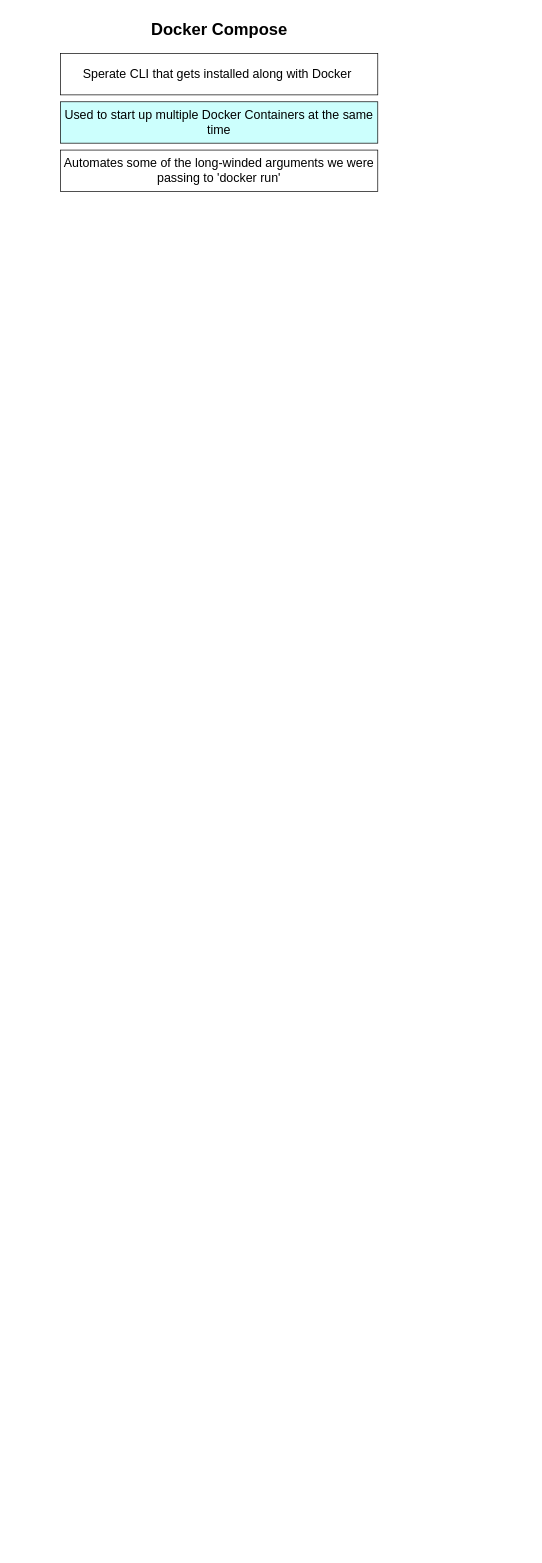
hephaestus88/docker keeps this draw.io diagram as page "docker compose" (6 of 6) of Untitled Diagram.drawio. Above is the earlier version. Source tidied: cells renumbered, new cells numbered last; positions are measured from the earlier drawing's top-left corner, leaving out a move shared by most shapes. Both pictures are drawn from the tidied source at 69%, with x=0, y=0 at pixel (60, 12).
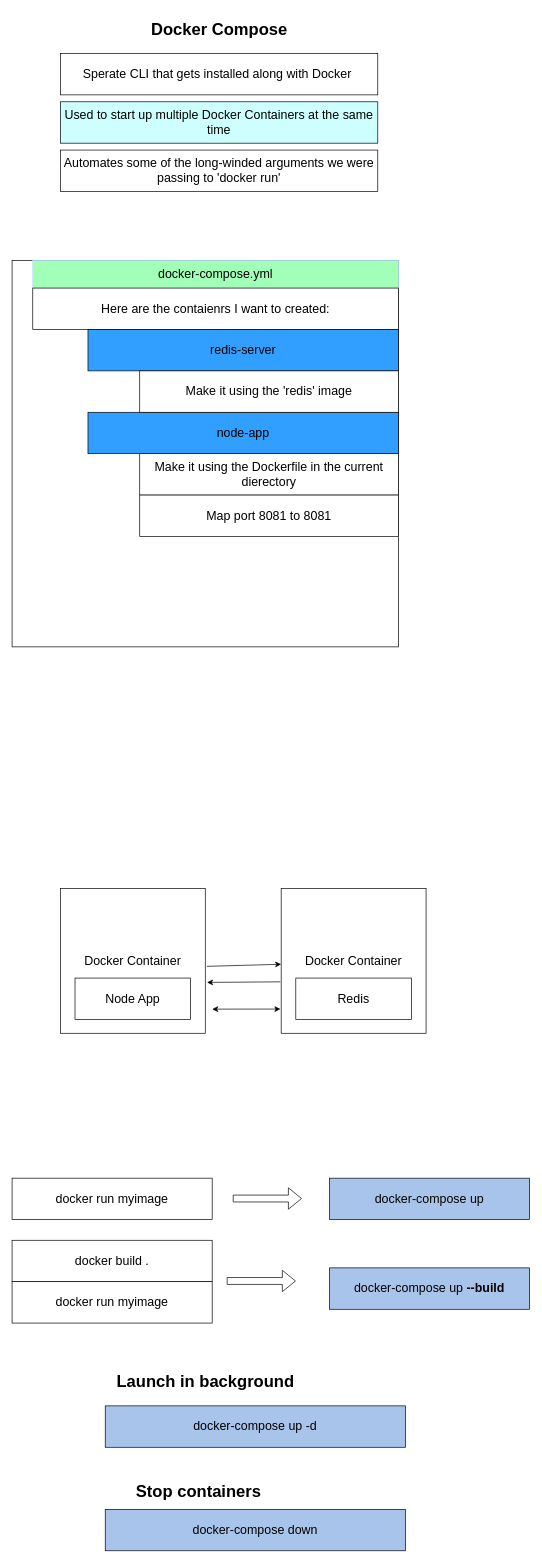
After the change.

Commit message:
docker-compose

Diff of the diagram source:
```diff
@@
+    <mxCell id="6" style="whiteSpace=wrap;html=1;" parent="1" vertex="1">
+      <mxGeometry x="-70" y="360" width="560" height="560" as="geometry" />
+    </mxCell>
@@
+    <mxCell id="7" value="&lt;font style=&quot;font-size: 18px;&quot;&gt;docker-compose.yml&lt;/font&gt;" style="rounded=0;whiteSpace=wrap;html=1;strokeColor=#B8E2FF;fillColor=#A1FFB7;" parent="1" vertex="1">
+      <mxGeometry x="-40" y="360" width="530" height="40" as="geometry" />
+    </mxCell>
+    <mxCell id="8" value="&lt;font style=&quot;font-size: 18px;&quot;&gt;Here are the contaienrs I want to created:&lt;/font&gt;" style="rounded=0;whiteSpace=wrap;html=1;" parent="1" vertex="1">
+      <mxGeometry x="-40" y="400" width="530" height="60" as="geometry" />
+    </mxCell>
+    <mxCell id="9" style="edgeStyle=elbowEdgeStyle;rounded=0;jettySize=auto;elbow=vertical;html=1;" parent="1" edge="1" source="10" target="8">
+      <mxGeometry relative="1" as="geometry" />
+    </mxCell>
+    <mxCell id="10" value="&lt;font style=&quot;font-size: 18px;&quot;&gt;redis-server&lt;/font&gt;" style="rounded=0;whiteSpace=wrap;html=1;fillColor=#309FFF;" parent="1" vertex="1">
+      <mxGeometry x="40" y="460" width="450" height="60" as="geometry" />
+    </mxCell>
+    <mxCell id="11" value="&lt;span style=&quot;font-size: 18px;&quot;&gt;node-app&lt;/span&gt;" style="rounded=0;whiteSpace=wrap;html=1;fillColor=#309FFF;" parent="1" vertex="1">
+      <mxGeometry x="40" y="580" width="450" height="60" as="geometry" />
+    </mxCell>
+    <mxCell id="12" value="&lt;font style=&quot;font-size: 18px;&quot;&gt;Make it using the 'redis' image&lt;/font&gt;" style="rounded=0;whiteSpace=wrap;html=1;" parent="1" vertex="1">
+      <mxGeometry x="115" y="520" width="375" height="60" as="geometry" />
+    </mxCell>
+    <mxCell id="13" value="&lt;font style=&quot;font-size: 18px;&quot;&gt;Make it using the Dockerfile in the current dierectory&lt;/font&gt;" style="rounded=0;whiteSpace=wrap;html=1;" parent="1" vertex="1">
+      <mxGeometry x="115" y="640" width="375" height="60" as="geometry" />
+    </mxCell>
+    <mxCell id="14" value="&lt;font style=&quot;font-size: 18px;&quot;&gt;Map port 8081 to 8081&lt;/font&gt;" style="rounded=0;whiteSpace=wrap;html=1;" parent="1" vertex="1">
+      <mxGeometry x="115" y="700" width="375" height="60" as="geometry" />
+    </mxCell>
+    <mxCell id="15" value="&lt;font style=&quot;font-size: 18px;&quot;&gt;Docker Container&lt;/font&gt;" style="whiteSpace=wrap;html=1;" parent="1" vertex="1">
+      <mxGeometry y="1270" width="210" height="210" as="geometry" />
+    </mxCell>
+    <mxCell id="16" value="&lt;font style=&quot;font-size: 18px;&quot;&gt;Node App&lt;/font&gt;" style="rounded=0;whiteSpace=wrap;html=1;" parent="1" vertex="1">
+      <mxGeometry x="21.2" y="1400" width="167.5" height="60" as="geometry" />
+    </mxCell>
+    <mxCell id="17" value="&lt;font style=&quot;font-size: 18px;&quot;&gt;Docker Container&lt;/font&gt;" style="whiteSpace=wrap;html=1;" parent="1" vertex="1">
+      <mxGeometry x="320" y="1270" width="210" height="210" as="geometry" />
+    </mxCell>
+    <mxCell id="18" value="&lt;font style=&quot;font-size: 18px;&quot;&gt;Redis&lt;/font&gt;" style="rounded=0;whiteSpace=wrap;html=1;" parent="1" vertex="1">
+      <mxGeometry x="341.2" y="1400" width="167.5" height="60" as="geometry" />
+    </mxCell>
+    <mxCell id="19" style="endArrow=classic;startArrow=classic;html=1;rounded=0;elbow=vertical;entryX=-0.005;entryY=0.833;entryDx=0;entryDy=0;entryPerimeter=0;" parent="1" edge="1" target="17">
+      <mxGeometry relative="1" as="geometry">
+        <mxPoint x="220" y="1445" as="sourcePoint" />
+      </mxGeometry>
+    </mxCell>
+    <mxCell id="20" style="endArrow=classic;html=1;rounded=0;elbow=vertical;exitX=1.011;exitY=0.538;exitDx=0;exitDy=0;exitPerimeter=0;" parent="1" edge="1" source="15">
+      <mxGeometry relative="1" as="geometry">
+        <mxPoint x="320" y="1380" as="targetPoint" />
+      </mxGeometry>
+    </mxCell>
+    <mxCell id="21" style="endArrow=classic;html=1;rounded=0;elbow=vertical;entryX=1.012;entryY=0.649;entryDx=0;entryDy=0;entryPerimeter=0;exitX=-0.006;exitY=0.645;exitDx=0;exitDy=0;exitPerimeter=0;" parent="1" edge="1" source="17" target="15">
+      <mxGeometry relative="1" as="geometry" />
+    </mxCell>
+    <mxCell id="22" value="&lt;font style=&quot;font-size: 18px;&quot;&gt;docker run myimage&lt;/font&gt;" style="rounded=0;whiteSpace=wrap;html=1;" parent="1" vertex="1">
+      <mxGeometry x="-70" y="1690" width="290" height="60" as="geometry" />
+    </mxCell>
+    <mxCell id="23" style="shape=flexArrow;endArrow=classic;html=1;rounded=0;elbow=vertical;" parent="1" edge="1">
+      <mxGeometry relative="1" as="geometry">
+        <mxPoint x="250" y="1719.5" as="sourcePoint" />
+        <mxPoint x="350" y="1719.5" as="targetPoint" />
+      </mxGeometry>
+    </mxCell>
+    <mxCell id="24" value="&lt;font style=&quot;font-size: 18px;&quot;&gt;docker-compose up&lt;/font&gt;" style="rounded=0;whiteSpace=wrap;html=1;fillColor=#A9C4EB;" parent="1" vertex="1">
+      <mxGeometry x="390" y="1690" width="290" height="60" as="geometry" />
+    </mxCell>
+    <mxCell id="25" value="&lt;font style=&quot;font-size: 18px;&quot;&gt;docker build .&lt;/font&gt;" style="rounded=0;whiteSpace=wrap;html=1;" parent="1" vertex="1">
+      <mxGeometry x="-70" y="1780" width="290" height="60" as="geometry" />
+    </mxCell>
+    <mxCell id="26" value="&lt;font style=&quot;font-size: 18px;&quot;&gt;docker run myimage&lt;/font&gt;" style="rounded=0;whiteSpace=wrap;html=1;" parent="1" vertex="1">
+      <mxGeometry x="-70" y="1840" width="290" height="60" as="geometry" />
+    </mxCell>
+    <mxCell id="27" style="shape=flexArrow;endArrow=classic;html=1;rounded=0;elbow=vertical;" parent="1" edge="1">
+      <mxGeometry relative="1" as="geometry">
+        <mxPoint x="241.2" y="1839" as="sourcePoint" />
+        <mxPoint x="341.2" y="1839" as="targetPoint" />
+      </mxGeometry>
+    </mxCell>
+    <mxCell id="28" value="&lt;font style=&quot;font-size: 18px;&quot;&gt;docker-compose up &lt;b&gt;--build&lt;/b&gt;&lt;/font&gt;" style="rounded=0;whiteSpace=wrap;html=1;fillColor=#A9C4EB;" parent="1" vertex="1">
+      <mxGeometry x="390" y="1820" width="290" height="60" as="geometry" />
+    </mxCell>
+    <mxCell id="29" value="&lt;font style=&quot;font-size: 18px;&quot;&gt;docker-compose up -d&lt;/font&gt;" style="rounded=0;whiteSpace=wrap;html=1;fillColor=#A9C4EB;" parent="1" vertex="1">
+      <mxGeometry x="65" y="2020" width="435" height="60" as="geometry" />
+    </mxCell>
+    <mxCell id="30" value="Launch in background" style="text;strokeColor=none;fillColor=none;html=1;fontSize=24;fontStyle=1;verticalAlign=middle;align=center;" parent="1" vertex="1">
+      <mxGeometry x="10" y="1960" width="400" height="50" as="geometry" />
+    </mxCell>
+    <mxCell id="31" value="Stop containers" style="text;strokeColor=none;fillColor=none;html=1;fontSize=24;fontStyle=1;verticalAlign=middle;align=center;" parent="1" vertex="1">
+      <mxGeometry y="2120" width="400" height="50" as="geometry" />
+    </mxCell>
+    <mxCell id="32" value="&lt;font style=&quot;font-size: 18px;&quot;&gt;docker-compose down&lt;/font&gt;" style="rounded=0;whiteSpace=wrap;html=1;fillColor=#A9C4EB;" parent="1" vertex="1">
+      <mxGeometry x="65" y="2170" width="435" height="60" as="geometry" />
+    </mxCell>
```
